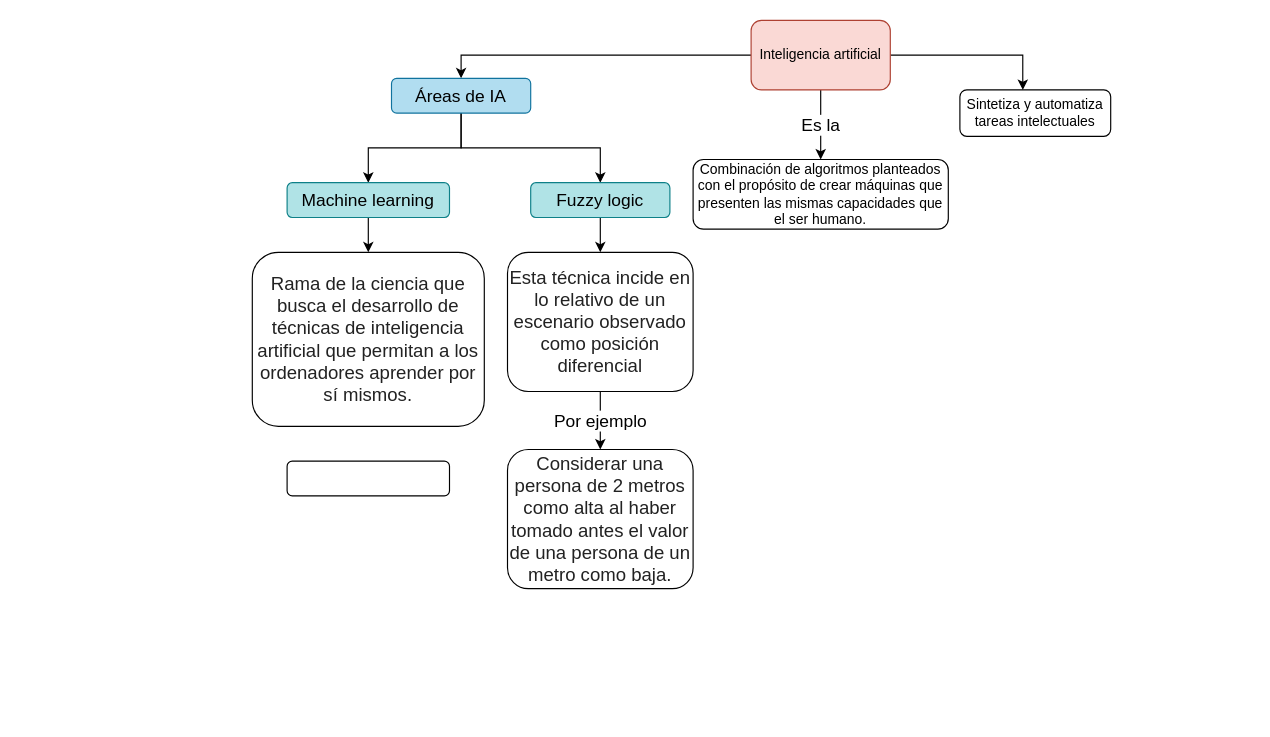
Above: new.drawio in rulgamer03/Mapas (draw.io), before the change. Source tidied: cells renumbered, new cells numbered last; positions are measured from the earlier drawing's top-left corner, leaving out a move shared by most shapes. Both pictures are drawn from the tidied source at 116%, with x=0, y=0 at pixel (252, 20). Pictures stored in the file or linked from it are replaced by grey dashed boxes.
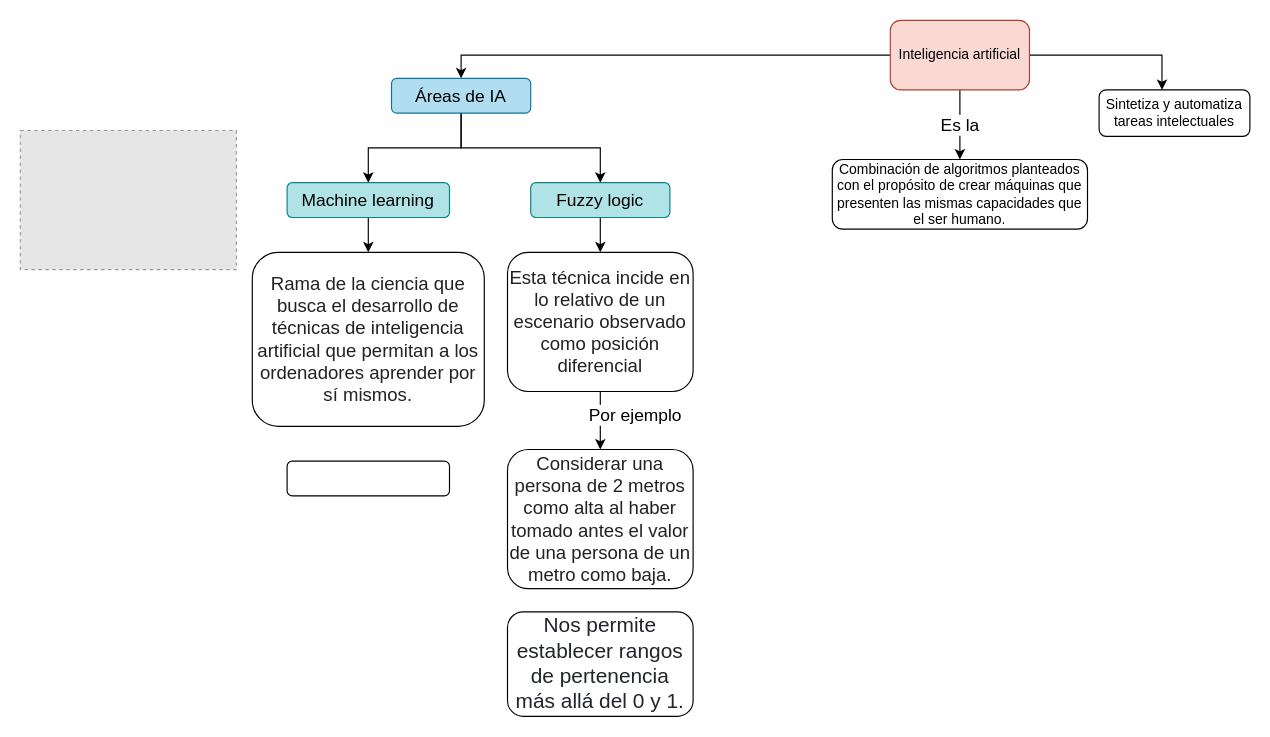
After the change.

The change refers to these unchanged cells:
```xml
<mxCell id="17" value="&lt;span style=&quot;color: rgb(34, 34, 34); font-family: Muli, sans-serif; font-size: 16px; font-style: normal; font-variant-ligatures: normal; font-variant-caps: normal; font-weight: 400; letter-spacing: normal; orphans: 2; text-align: start; text-indent: 0px; text-transform: none; widows: 2; word-spacing: 0px; -webkit-text-stroke-width: 0px; background-color: rgb(255, 255, 255); text-decoration-thickness: initial; text-decoration-style: initial; text-decoration-color: initial; float: none; display: inline !important;&quot;&gt;Esta técnica incide en lo relativo de un escenario observado como posición diferencial&lt;/span&gt;" style="rounded=1;whiteSpace=wrap;html=1;fontSize=15;" parent="1" vertex="1">
  <mxGeometry x="220" y="200" width="160" height="120" as="geometry" />
</mxCell>
<mxCell id="18" value="&lt;span style=&quot;color: rgb(34, 34, 34); font-family: Muli, sans-serif; font-size: 16px; font-style: normal; font-variant-ligatures: normal; font-variant-caps: normal; font-weight: 400; letter-spacing: normal; orphans: 2; text-align: start; text-indent: 0px; text-transform: none; widows: 2; word-spacing: 0px; -webkit-text-stroke-width: 0px; background-color: rgb(255, 255, 255); text-decoration-thickness: initial; text-decoration-style: initial; text-decoration-color: initial; float: none; display: inline !important;&quot;&gt;Considerar una persona de 2 metros como alta al haber tomado antes el valor de una persona de un metro como baja.&lt;/span&gt;" style="rounded=1;whiteSpace=wrap;html=1;fontSize=15;" parent="1" vertex="1">
  <mxGeometry x="220" y="370" width="160" height="120" as="geometry" />
</mxCell>
```

What changed in the source:
```diff
@@
     <mxCell id="5" value="Inteligencia artificial" style="rounded=1;whiteSpace=wrap;html=1;fillColor=#fad9d5;strokeColor=#ae4132;" parent="1" vertex="1">
-      <mxGeometry x="430" width="120" height="60" as="geometry" />
+      <mxGeometry x="550" width="120" height="60" as="geometry" />
     </mxCell>
     <mxCell id="6" value="Sintetiza y automatiza tareas intelectuales" style="rounded=1;whiteSpace=wrap;html=1;" parent="1" vertex="1">
-      <mxGeometry x="610" y="60" width="130" height="40" as="geometry" />
+      <mxGeometry x="730" y="60" width="130" height="40" as="geometry" />
     </mxCell>
     <mxCell id="7" value="&lt;span style=&quot;background-color: initial;&quot;&gt;Combinación de algoritmos planteados con el propósito&amp;nbsp;&lt;/span&gt;&lt;span style=&quot;background-color: initial;&quot;&gt;de crear máquinas que presenten las mismas capacidades que el ser humano.&lt;/span&gt;" style="rounded=1;whiteSpace=wrap;html=1;" parent="1" vertex="1">
-      <mxGeometry x="380" y="120" width="220" height="60" as="geometry" />
+      <mxGeometry x="500" y="120" width="220" height="60" as="geometry" />
     </mxCell>
@@
     <mxCell id="16" value="Por ejemplo" style="edgeStyle=orthogonalEdgeStyle;rounded=0;jettySize=auto;html=1;fontSize=15;" parent="1" edge="1" source="17" target="18">
-      <mxGeometry relative="1" as="geometry" />
+      <mxGeometry x="-0.2" y="30" relative="1" as="geometry" />
     </mxCell>
@@
+    <mxCell id="20" style="fillColor=#E6E6E6;strokeColor=#999999;dashed=1;verticalLabelPosition=bottom;verticalAlign=top;fontSize=15;" parent="1" vertex="1">
+      <mxGeometry x="-200" y="95" width="186.3" height="120" as="geometry" />
+    </mxCell>
+    <mxCell id="21" value="&lt;span style=&quot;color: rgb(33, 37, 41); font-family: Montserrat, Helvetica, Arial, sans-serif; font-size: 18px; font-style: normal; font-variant-ligatures: normal; font-variant-caps: normal; font-weight: 400; letter-spacing: normal; orphans: 2; text-align: left; text-indent: 0px; text-transform: none; widows: 2; word-spacing: 0px; -webkit-text-stroke-width: 0px; background-color: rgb(255, 255, 255); text-decoration-thickness: initial; text-decoration-style: initial; text-decoration-color: initial; float: none; display: inline !important;&quot;&gt;Nos permite establecer rangos de pertenencia más allá del 0 y 1.&lt;/span&gt;" style="rounded=1;whiteSpace=wrap;html=1;fontSize=15;" parent="1" vertex="1">
+      <mxGeometry x="220" y="510" width="160" height="90" as="geometry" />
+    </mxCell>
```
